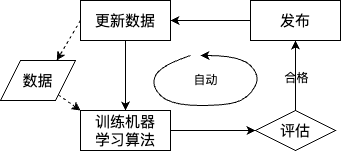
Aurelius-Huang/aurelius-huang.io keeps this draw.io diagram as static/img/ml/1/自适应系统.drawio.png. Above is the earlier version. Source tidied: cells renumbered, new cells last; positions are measured from the earlier drawing's top-left corner, leaving out a move shared by most shapes. The source it was exported from:
```xml
<mxGraphModel>
  <root>
    <mxCell id="0" />
    <mxCell id="1" parent="0" />
    <mxCell id="2" style="edgeStyle=orthogonalEdgeStyle;rounded=0;jettySize=auto;html=1;entryX=0.5;entryY=0;entryDx=0;entryDy=0;fontSize=15;" parent="1" edge="1" source="4" target="6">
      <mxGeometry relative="1" as="geometry" />
    </mxCell>
    <mxCell id="3" style="edgeStyle=none;rounded=0;jettySize=auto;html=1;exitX=0;exitY=0.5;exitDx=0;exitDy=0;entryX=0.75;entryY=0;entryDx=0;entryDy=0;dashed=1;" parent="1" edge="1" source="4" target="14">
      <mxGeometry relative="1" as="geometry" />
    </mxCell>
    <mxCell id="4" value="更新数据" style="rounded=0;whiteSpace=wrap;html=1;fontSize=15;" parent="1" vertex="1">
      <mxGeometry x="80" width="90" height="40" as="geometry" />
    </mxCell>
    <mxCell id="5" style="edgeStyle=orthogonalEdgeStyle;rounded=0;jettySize=auto;html=1;entryX=0;entryY=0.5;entryDx=0;entryDy=0;fontSize=15;" parent="1" edge="1" source="6" target="12">
      <mxGeometry relative="1" as="geometry" />
    </mxCell>
    <mxCell id="6" value="训练机器&lt;br&gt;学习算法" style="rounded=0;whiteSpace=wrap;html=1;fontSize=15;" parent="1" vertex="1">
      <mxGeometry x="80" y="110" width="90" height="40" as="geometry" />
    </mxCell>
    <mxCell id="7" style="edgeStyle=none;rounded=0;jettySize=auto;html=1;entryX=1;entryY=0.5;entryDx=0;entryDy=0;" parent="1" edge="1" source="8" target="4">
      <mxGeometry relative="1" as="geometry" />
    </mxCell>
    <mxCell id="8" value="发布" style="rounded=0;whiteSpace=wrap;html=1;fontSize=15;" parent="1" vertex="1">
      <mxGeometry x="250" width="90" height="40" as="geometry" />
    </mxCell>
    <mxCell id="9" style="edgeStyle=orthogonalEdgeStyle;rounded=0;jettySize=auto;html=1;entryX=0.5;entryY=1;entryDx=0;entryDy=0;fontSize=15;" parent="1" edge="1" source="12" target="8">
      <mxGeometry relative="1" as="geometry" />
    </mxCell>
    <mxCell id="10" value="合格" style="edgeLabel;html=1;align=center;verticalAlign=middle;fontSize=12;" parent="9" vertex="1">
      <mxGeometry x="-0.05" relative="1" as="geometry" />
    </mxCell>
    <mxCell id="11" style="edgeStyle=orthogonalEdgeStyle;rounded=0;jettySize=auto;html=1;fontSize=15;" parent="1" edge="1" source="12" target="8">
      <mxGeometry relative="1" as="geometry" />
    </mxCell>
    <mxCell id="12" value="评估" style="rhombus;whiteSpace=wrap;html=1;fontSize=15;" parent="1" vertex="1">
      <mxGeometry x="255" y="110" width="80" height="40" as="geometry" />
    </mxCell>
    <mxCell id="13" style="rounded=0;jettySize=auto;html=1;fontSize=15;dashed=1;entryX=0;entryY=0;entryDx=0;entryDy=0;" parent="1" edge="1" source="14" target="6">
      <mxGeometry relative="1" as="geometry" />
    </mxCell>
    <mxCell id="14" value="数据" style="shape=parallelogram;perimeter=parallelogramPerimeter;whiteSpace=wrap;html=1;fixedSize=1;fontSize=15;" parent="1" vertex="1">
      <mxGeometry y="60" width="75" height="40" as="geometry" />
    </mxCell>
    <mxCell id="15" style="curved=1;endArrow=none;html=1;rounded=0;startArrow=classic;startFill=1;endFill=0;" parent="1" edge="1">
      <mxGeometry relative="1" as="geometry">
        <mxPoint x="200" y="55" as="sourcePoint" />
        <mxPoint x="190" y="55" as="targetPoint" />
        <Array as="points">
          <mxPoint x="240" y="55" />
          <mxPoint x="260" y="75" />
          <mxPoint x="250" y="95" />
          <mxPoint x="230" y="105" />
          <mxPoint x="170" y="105" />
          <mxPoint x="150" y="85" />
          <mxPoint x="160" y="65" />
        </Array>
      </mxGeometry>
    </mxCell>
    <mxCell id="16" value="自动" style="text;html=1;align=center;verticalAlign=middle;strokeColor=none;fillColor=none;" parent="1" vertex="1">
      <mxGeometry x="180" y="65" width="50" height="30" as="geometry" />
    </mxCell>
  </root>
</mxGraphModel>
```
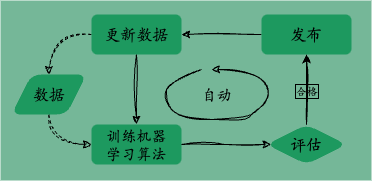
Above is the later version.

The edit, as a diff of the source:
```diff
@@ -2,46 +2,49 @@
   <root>
     <mxCell id="0" />
     <mxCell id="1" parent="0" />
+    <mxCell id="17" style="rounded=0;whiteSpace=wrap;html=1;strokeColor=none;fillColor=#75B798;" parent="1" vertex="1">
+      <mxGeometry x="-11" y="-14" width="371" height="180" as="geometry" />
+    </mxCell>
-    <mxCell id="2" style="edgeStyle=orthogonalEdgeStyle;rounded=0;jettySize=auto;html=1;entryX=0.5;entryY=0;entryDx=0;entryDy=0;fontSize=15;" parent="1" edge="1" source="4" target="6">
+    <mxCell id="2" style="edgeStyle=orthogonalEdgeStyle;rounded=0;jettySize=auto;html=1;entryX=0.5;entryY=0;entryDx=0;entryDy=0;fontSize=15;sketch=1;curveFitting=1;jiggle=2;" parent="1" edge="1" source="4" target="6">
       <mxGeometry relative="1" as="geometry" />
     </mxCell>
-    <mxCell id="3" style="edgeStyle=none;rounded=0;jettySize=auto;html=1;exitX=0;exitY=0.5;exitDx=0;exitDy=0;entryX=0.75;entryY=0;entryDx=0;entryDy=0;dashed=1;" parent="1" edge="1" source="4" target="14">
+    <mxCell id="3" style="edgeStyle=orthogonalEdgeStyle;rounded=0;jettySize=auto;html=1;exitX=0;exitY=0.5;exitDx=0;exitDy=0;entryX=0.5;entryY=0;entryDx=0;entryDy=0;dashed=1;sketch=1;curveFitting=1;jiggle=2;curved=1;" parent="1" edge="1" source="4" target="14">
       <mxGeometry relative="1" as="geometry" />
     </mxCell>
-    <mxCell id="4" value="更新数据" style="rounded=0;whiteSpace=wrap;html=1;fontSize=15;" parent="1" vertex="1">
+    <mxCell id="4" value="更新数据" style="rounded=1;whiteSpace=wrap;html=1;fontSize=16;strokeColor=none;fontFamily=Kaiti SC;fillColor=#1D995F;" parent="1" vertex="1">
       <mxGeometry x="80" width="90" height="40" as="geometry" />
     </mxCell>
-    <mxCell id="5" style="edgeStyle=orthogonalEdgeStyle;rounded=0;jettySize=auto;html=1;entryX=0;entryY=0.5;entryDx=0;entryDy=0;fontSize=15;" parent="1" edge="1" source="6" target="12">
+    <mxCell id="5" style="edgeStyle=orthogonalEdgeStyle;rounded=0;jettySize=auto;html=1;entryX=0.058;entryY=0.496;entryDx=0;entryDy=0;fontSize=15;sketch=1;curveFitting=1;jiggle=2;entryPerimeter=0;" parent="1" edge="1" source="6" target="12">
       <mxGeometry relative="1" as="geometry" />
     </mxCell>
-    <mxCell id="6" value="训练机器&lt;br&gt;学习算法" style="rounded=0;whiteSpace=wrap;html=1;fontSize=15;" parent="1" vertex="1">
+    <mxCell id="6" value="训练机器&lt;br style=&quot;font-size: 15px;&quot;&gt;学习算法" style="rounded=1;whiteSpace=wrap;html=1;fontSize=15;strokeColor=none;fontFamily=Kaiti SC;fillColor=#1D995F;" parent="1" vertex="1">
       <mxGeometry x="80" y="110" width="90" height="40" as="geometry" />
     </mxCell>
-    <mxCell id="7" style="edgeStyle=none;rounded=0;jettySize=auto;html=1;entryX=1;entryY=0.5;entryDx=0;entryDy=0;" parent="1" edge="1" source="8" target="4">
+    <mxCell id="7" style="edgeStyle=none;rounded=0;jettySize=auto;html=1;entryX=1;entryY=0.5;entryDx=0;entryDy=0;sketch=1;curveFitting=1;jiggle=2;" parent="1" edge="1" source="8" target="4">
       <mxGeometry relative="1" as="geometry" />
     </mxCell>
-    <mxCell id="8" value="发布" style="rounded=0;whiteSpace=wrap;html=1;fontSize=15;" parent="1" vertex="1">
+    <mxCell id="8" value="发布" style="rounded=1;whiteSpace=wrap;html=1;fontSize=16;strokeColor=none;fontFamily=Kaiti SC;fillColor=#1D995F;" parent="1" vertex="1">
       <mxGeometry x="250" width="90" height="40" as="geometry" />
     </mxCell>
     <mxCell id="9" style="edgeStyle=orthogonalEdgeStyle;rounded=0;jettySize=auto;html=1;entryX=0.5;entryY=1;entryDx=0;entryDy=0;fontSize=15;" parent="1" edge="1" source="12" target="8">
       <mxGeometry relative="1" as="geometry" />
     </mxCell>
-    <mxCell id="10" value="合格" style="edgeLabel;html=1;align=center;verticalAlign=middle;fontSize=12;" parent="9" vertex="1">
+    <mxCell id="10" value="合格" style="edgeLabel;html=1;align=center;verticalAlign=middle;fontSize=11;labelBackgroundColor=none;labelBorderColor=default;fontFamily=Kaiti SC;" parent="9" vertex="1">
       <mxGeometry x="-0.05" relative="1" as="geometry" />
     </mxCell>
-    <mxCell id="11" style="edgeStyle=orthogonalEdgeStyle;rounded=0;jettySize=auto;html=1;fontSize=15;" parent="1" edge="1" source="12" target="8">
+    <mxCell id="11" style="edgeStyle=orthogonalEdgeStyle;rounded=0;jettySize=auto;html=1;fontSize=15;sketch=1;curveFitting=1;jiggle=2;" parent="1" edge="1" source="12" target="8">
       <mxGeometry relative="1" as="geometry" />
     </mxCell>
-    <mxCell id="12" value="评估" style="rhombus;whiteSpace=wrap;html=1;fontSize=15;" parent="1" vertex="1">
+    <mxCell id="12" value="评估" style="rhombus;whiteSpace=wrap;html=1;fontSize=16;strokeColor=none;rounded=1;fontFamily=Kaiti SC;fillColor=#1D995F;" parent="1" vertex="1">
       <mxGeometry x="255" y="110" width="80" height="40" as="geometry" />
     </mxCell>
-    <mxCell id="13" style="rounded=0;jettySize=auto;html=1;fontSize=15;dashed=1;entryX=0;entryY=0;entryDx=0;entryDy=0;" parent="1" edge="1" source="14" target="6">
+    <mxCell id="13" style="rounded=0;jettySize=auto;html=1;fontSize=15;dashed=1;entryX=0;entryY=0.5;entryDx=0;entryDy=0;sketch=1;curveFitting=1;jiggle=2;edgeStyle=orthogonalEdgeStyle;curved=1;exitX=0.5;exitY=1;exitDx=0;exitDy=0;" parent="1" edge="1" source="14" target="6">
       <mxGeometry relative="1" as="geometry" />
     </mxCell>
-    <mxCell id="14" value="数据" style="shape=parallelogram;perimeter=parallelogramPerimeter;whiteSpace=wrap;html=1;fixedSize=1;fontSize=15;" parent="1" vertex="1">
+    <mxCell id="14" value="数据" style="shape=parallelogram;perimeter=parallelogramPerimeter;whiteSpace=wrap;html=1;fixedSize=1;fontSize=16;strokeColor=none;rounded=1;fontFamily=Kaiti SC;fillColor=#1D995F;" parent="1" vertex="1">
       <mxGeometry y="60" width="75" height="40" as="geometry" />
     </mxCell>
-    <mxCell id="15" style="curved=1;endArrow=none;html=1;rounded=0;startArrow=classic;startFill=1;endFill=0;" parent="1" edge="1">
+    <mxCell id="15" style="curved=1;endArrow=none;html=1;rounded=0;startArrow=classic;startFill=1;endFill=0;sketch=1;curveFitting=1;jiggle=2;" parent="1" edge="1">
       <mxGeometry relative="1" as="geometry">
         <mxPoint x="200" y="55" as="sourcePoint" />
         <mxPoint x="190" y="55" as="targetPoint" />
@@ -56,7 +59,7 @@
         </Array>
       </mxGeometry>
     </mxCell>
-    <mxCell id="16" value="自动" style="text;html=1;align=center;verticalAlign=middle;strokeColor=none;fillColor=none;" parent="1" vertex="1">
+    <mxCell id="16" value="自动" style="text;html=1;align=center;verticalAlign=middle;strokeColor=none;fillColor=none;fontFamily=Kaiti SC;fontSize=15;" parent="1" vertex="1">
       <mxGeometry x="180" y="65" width="50" height="30" as="geometry" />
     </mxCell>
   </root>
```
